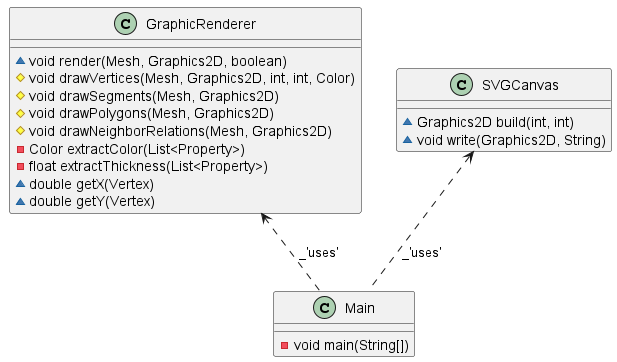
Above: diagrams/visualizer.png in AliMVirk/Island-Mesh-Generator (PlantUML), before the change.
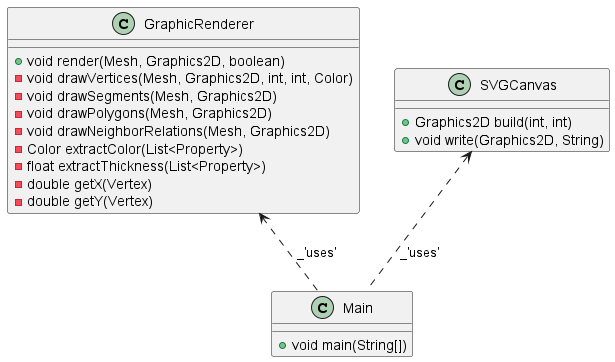
After the commit.

Commit message:
Update class diagrams to reflect part 2

Diff of the diagram source:
```diff
@@ -1,24 +1,24 @@
 @startuml
 
 class GraphicRenderer {
-    ~void render(Mesh, Graphics2D, boolean)
-    #void drawVertices(Mesh, Graphics2D, int, int, Color)
-    #void drawSegments(Mesh, Graphics2D)
-    #void drawPolygons(Mesh, Graphics2D)
-    #void drawNeighborRelations(Mesh, Graphics2D)
+    +void render(Mesh, Graphics2D, boolean)
+    -void drawVertices(Mesh, Graphics2D, int, int, Color)
+    -void drawSegments(Mesh, Graphics2D)
+    -void drawPolygons(Mesh, Graphics2D)
+    -void drawNeighborRelations(Mesh, Graphics2D)
     -Color extractColor(List<Property>)
     -float extractThickness(List<Property>)
-    ~double getX(Vertex)
-    ~double getY(Vertex)
+    -double getX(Vertex)
+    -double getY(Vertex)
 }
 
 class SVGCanvas {
-    ~Graphics2D build(int, int)
-    ~void write(Graphics2D, String)
+    +Graphics2D build(int, int)
+    +void write(Graphics2D, String)
 }
 
 class Main {
-    -void main(String[])
+    +void main(String[])
 }
 
 GraphicRenderer <.. Main : _'uses'
```
